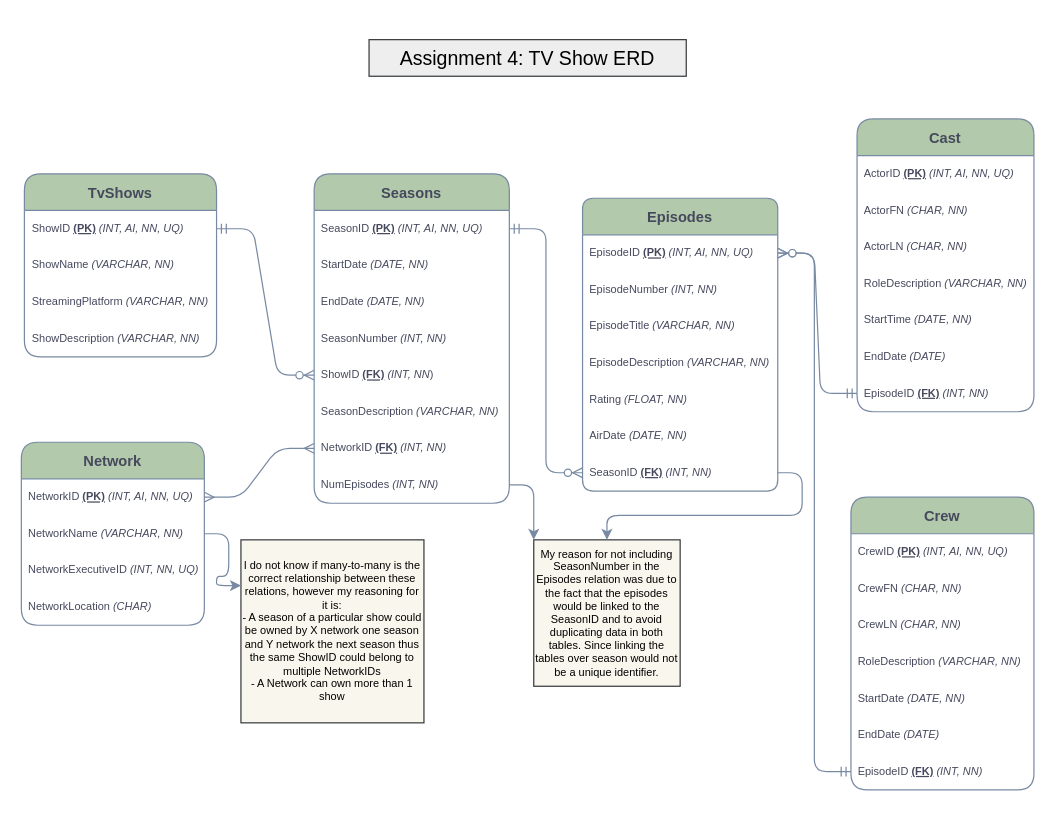
mcbraunie/drawERD keeps this draw.io diagram as Untitled Diagram.drawio. Above is the earlier version. Source tidied: cells renumbered, new cells numbered last; positions are measured from the earlier drawing's top-left corner, leaving out a move shared by most shapes. Both pictures are drawn from the tidied source at 122%, with x=0, y=0 at pixel (21, 39).
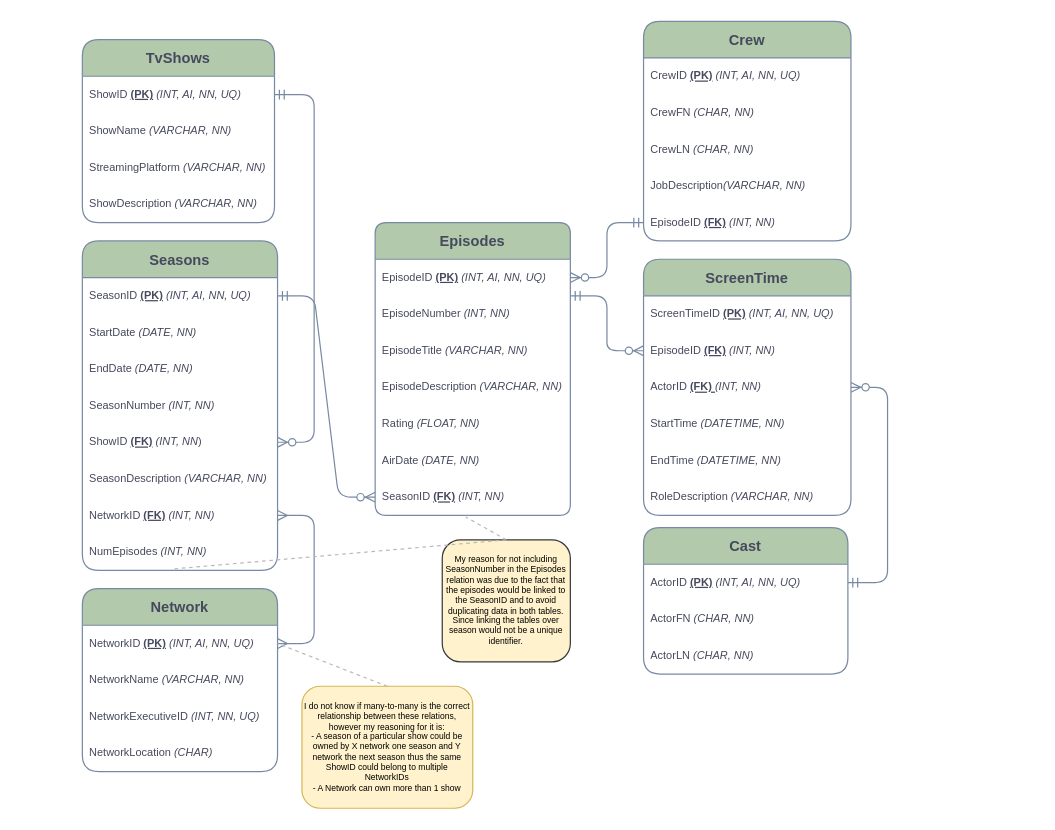
The same page after the edit.

The change refers to these unchanged cells:
```xml
<mxCell id="3" value="ShowID &lt;u style=&quot;font-size: 9px;&quot;&gt;&lt;b style=&quot;font-size: 9px;&quot;&gt;(PK)&lt;/b&gt;&lt;/u&gt; &lt;i style=&quot;font-size: 9px;&quot;&gt;(INT, AI, NN, UQ)&lt;/i&gt; &amp;nbsp;&amp;nbsp; " style="text;strokeColor=none;fillColor=none;align=left;verticalAlign=middle;spacingLeft=4;spacingRight=4;overflow=hidden;points=[[0,0.5],[1,0.5]];portConstraint=eastwest;rounded=1;fontColor=#46495D;fontSize=9;html=1;" parent="2" vertex="1">
  <mxGeometry y="30" width="157.5" height="30" as="geometry" />
</mxCell>
<mxCell id="17" value="ShowID &lt;b style=&quot;font-size: 9px;&quot;&gt;&lt;u style=&quot;font-size: 9px;&quot;&gt;(FK)&lt;/u&gt; &lt;/b&gt;&lt;i style=&quot;font-size: 9px;&quot;&gt;(INT, NN&lt;/i&gt;)&lt;b style=&quot;font-size: 9px;&quot;&gt;&lt;br style=&quot;font-size: 9px;&quot;&gt;&lt;/b&gt;" style="text;strokeColor=none;fillColor=none;align=left;verticalAlign=middle;spacingLeft=4;spacingRight=4;overflow=hidden;points=[[0,0.5],[1,0.5]];portConstraint=eastwest;rounded=1;fontColor=#46495D;fontSize=9;html=1;" parent="12" vertex="1">
  <mxGeometry y="150" width="160" height="30" as="geometry" />
</mxCell>
<mxCell id="20" value="NumEpisodes &lt;i&gt;(INT, NN)&lt;/i&gt;" style="text;strokeColor=none;fillColor=none;align=left;verticalAlign=middle;spacingLeft=4;spacingRight=4;overflow=hidden;points=[[0,0.5],[1,0.5]];portConstraint=eastwest;rounded=1;fontColor=#46495D;fontSize=9;html=1;" parent="12" vertex="1">
  <mxGeometry y="240" width="160" height="30" as="geometry" />
</mxCell>
<mxCell id="22" value="EpisodeID &lt;u style=&quot;font-size: 9px;&quot;&gt;&lt;b style=&quot;font-size: 9px;&quot;&gt;(PK)&lt;/b&gt;&lt;/u&gt;&lt;i style=&quot;font-size: 9px;&quot;&gt; (INT, AI, NN, UQ)&lt;/i&gt;" style="text;strokeColor=none;fillColor=none;align=left;verticalAlign=middle;spacingLeft=4;spacingRight=4;overflow=hidden;points=[[0,0.5],[1,0.5]];portConstraint=eastwest;rounded=1;fontColor=#46495D;fontSize=9;html=1;" parent="21" vertex="1">
  <mxGeometry y="30" width="160" height="30" as="geometry" />
</mxCell>
<mxCell id="28" value="SeasonID &lt;u style=&quot;font-size: 9px;&quot;&gt;&lt;b style=&quot;font-size: 9px;&quot;&gt;(FK)&lt;/b&gt;&lt;/u&gt; &lt;i style=&quot;font-size: 9px;&quot;&gt;(INT, NN)&lt;/i&gt;" style="text;strokeColor=none;fillColor=none;align=left;verticalAlign=middle;spacingLeft=4;spacingRight=4;overflow=hidden;points=[[0,0.5],[1,0.5]];portConstraint=eastwest;rounded=1;fontColor=#46495D;fontSize=9;html=1;" parent="21" vertex="1">
  <mxGeometry y="210" width="160" height="30" as="geometry" />
</mxCell>
```

The edit, as a diff of the source:
```diff
@@
+    <mxCell id="56" style="endArrow=none;dashed=1;html=1;rounded=0;fontSize=8;exitX=0.5;exitY=0;exitDx=0;exitDy=0;entryX=0.464;entryY=1.041;entryDx=0;entryDy=0;strokeColor=#BABABA;entryPerimeter=0;" parent="1" edge="1" source="51" target="28">
+      <mxGeometry relative="1" as="geometry" />
+    </mxCell>
     <mxCell id="2" value="TvShows" style="swimlane;fontStyle=1;horizontal=1;startSize=30;rounded=1;fillColor=#B2C9AB;strokeColor=#788AA3;fontColor=#46495D;fontSize=12;" parent="1" vertex="1">
-      <mxGeometry x="2.5" y="110" width="157.5" height="150" as="geometry" />
+      <mxGeometry x="50" width="157.5" height="150" as="geometry" />
     </mxCell>
@@
     <mxCell id="7" value="Network" style="swimlane;fontStyle=1;horizontal=1;startSize=30;rounded=1;fillColor=#B2C9AB;strokeColor=#788AA3;fontColor=#46495D;fontSize=12;" parent="1" vertex="1">
-      <mxGeometry y="330" width="150" height="150" as="geometry" />
+      <mxGeometry x="50" y="450" width="160" height="150" as="geometry" />
     </mxCell>
     <mxCell id="8" value="NetworkID &lt;u style=&quot;font-size: 9px;&quot;&gt;&lt;b style=&quot;font-size: 9px;&quot;&gt;(PK)&lt;/b&gt;&lt;/u&gt; &lt;i style=&quot;font-size: 9px;&quot;&gt;(INT, AI, NN, UQ)&lt;/i&gt;" style="text;strokeColor=none;fillColor=none;align=left;verticalAlign=middle;spacingLeft=4;spacingRight=4;overflow=hidden;points=[[0,0.5],[1,0.5]];portConstraint=eastwest;rounded=1;fontColor=#46495D;fontSize=9;html=1;" parent="7" vertex="1">
-      <mxGeometry y="30" width="150" height="30" as="geometry" />
+      <mxGeometry y="30" width="160" height="30" as="geometry" />
     </mxCell>
     <mxCell id="9" value="NetworkName &lt;i style=&quot;font-size: 9px;&quot;&gt;(VARCHAR, NN)&lt;/i&gt;" style="text;strokeColor=none;fillColor=none;align=left;verticalAlign=middle;spacingLeft=4;spacingRight=4;overflow=hidden;points=[[0,0.5],[1,0.5]];portConstraint=eastwest;rounded=1;fontColor=#46495D;fontSize=9;html=1;" parent="7" vertex="1">
-      <mxGeometry y="60" width="150" height="30" as="geometry" />
+      <mxGeometry y="60" width="160" height="30" as="geometry" />
     </mxCell>
     <mxCell id="10" value="NetworkExecutiveID &lt;i style=&quot;font-size: 9px;&quot;&gt;(INT, NN, UQ)&lt;/i&gt; &amp;nbsp;&amp;nbsp; " style="text;strokeColor=none;fillColor=none;align=left;verticalAlign=middle;spacingLeft=4;spacingRight=4;overflow=hidden;rounded=1;fontColor=#46495D;fontSize=9;html=1;" parent="7" vertex="1">
-      <mxGeometry y="90" width="150" height="30" as="geometry" />
+      <mxGeometry y="90" width="160" height="30" as="geometry" />
     </mxCell>
     <mxCell id="11" value="NetworkLocation &lt;i style=&quot;font-size: 9px;&quot;&gt;(CHAR)&lt;/i&gt;" style="text;strokeColor=none;fillColor=none;align=left;verticalAlign=middle;spacingLeft=4;spacingRight=4;overflow=hidden;rounded=1;fontColor=#46495D;fontSize=9;html=1;" parent="7" vertex="1">
-      <mxGeometry y="120" width="150" height="30" as="geometry" />
+      <mxGeometry y="120" width="160" height="30" as="geometry" />
     </mxCell>
     <mxCell id="12" value="Seasons" style="swimlane;fontStyle=1;horizontal=1;startSize=30;rounded=1;fillColor=#B2C9AB;strokeColor=#788AA3;fontColor=#46495D;fontSize=12;" parent="1" vertex="1">
-      <mxGeometry x="240" y="110" width="160" height="270" as="geometry" />
+      <mxGeometry x="50" y="165" width="160" height="270" as="geometry" />
     </mxCell>
@@
     <mxCell id="21" value="Episodes" style="swimlane;fontStyle=1;horizontal=1;startSize=30;rounded=1;fillColor=#B2C9AB;strokeColor=#788AA3;fontColor=#46495D;arcSize=10;fontSize=12;" parent="1" vertex="1">
-      <mxGeometry x="460" y="130" width="160" height="240" as="geometry" />
+      <mxGeometry x="290" y="150" width="160" height="240" as="geometry" />
     </mxCell>
@@
     <mxCell id="29" value="Cast" style="swimlane;fontStyle=1;horizontal=1;startSize=30;align=center;rounded=1;fillColor=#B2C9AB;strokeColor=#788AA3;fontColor=#46495D;fontSize=12;" parent="1" vertex="1">
-      <mxGeometry x="685" y="65" width="145" height="240" as="geometry" />
+      <mxGeometry x="510" y="400" width="167.5" height="120" as="geometry" />
     </mxCell>
     <mxCell id="30" value="ActorID &lt;u&gt;&lt;b&gt;(PK)&lt;/b&gt;&lt;/u&gt; &lt;i&gt;(INT, AI, NN, UQ)&lt;/i&gt;" style="text;strokeColor=none;fillColor=none;align=left;verticalAlign=middle;spacingLeft=4;spacingRight=4;overflow=hidden;points=[[0,0.5],[1,0.5]];portConstraint=eastwest;rounded=1;fontColor=#46495D;fontSize=9;html=1;" parent="29" vertex="1">
-      <mxGeometry y="30" width="145" height="30" as="geometry" />
+      <mxGeometry y="30" width="167.5" height="30" as="geometry" />
     </mxCell>
     <mxCell id="31" value="ActorFN &lt;i&gt;(CHAR, NN)&lt;/i&gt;" style="text;strokeColor=none;fillColor=none;align=left;verticalAlign=middle;spacingLeft=4;spacingRight=4;overflow=hidden;rounded=1;fontColor=#46495D;fontSize=9;html=1;" parent="29" vertex="1">
-      <mxGeometry y="60" width="145" height="30" as="geometry" />
+      <mxGeometry y="60" width="167.5" height="30" as="geometry" />
     </mxCell>
     <mxCell id="32" value="ActorLN &lt;i&gt;(CHAR, NN)&lt;/i&gt;" style="text;strokeColor=none;fillColor=none;align=left;verticalAlign=middle;spacingLeft=4;spacingRight=4;overflow=hidden;rounded=1;fontColor=#46495D;fontSize=9;html=1;" parent="29" vertex="1">
-      <mxGeometry y="90" width="145" height="30" as="geometry" />
+      <mxGeometry y="90" width="167.5" height="30" as="geometry" />
     </mxCell>
-    <mxCell id="33" value="RoleDescription &lt;i&gt;(VARCHAR, NN)&lt;/i&gt;" style="text;strokeColor=none;fillColor=none;align=left;verticalAlign=middle;spacingLeft=4;spacingRight=4;overflow=hidden;rounded=1;fontColor=#46495D;fontSize=9;html=1;" parent="29" vertex="1">
-      <mxGeometry y="120" width="145" height="30" as="geometry" />
-    </mxCell>
-    <mxCell id="34" value="StartTime &lt;i&gt;(DATE, NN)&lt;/i&gt;" style="text;strokeColor=none;fillColor=none;align=left;verticalAlign=middle;spacingLeft=4;spacingRight=4;overflow=hidden;rounded=1;fontColor=#46495D;fontSize=9;html=1;" parent="29" vertex="1">
-      <mxGeometry y="150" width="145" height="30" as="geometry" />
-    </mxCell>
-    <mxCell id="35" value="EndDate &lt;i&gt;(DATE)&lt;/i&gt;" style="text;strokeColor=none;fillColor=none;align=left;verticalAlign=middle;spacingLeft=4;spacingRight=4;overflow=hidden;rounded=1;fontColor=#46495D;fontSize=9;html=1;" parent="29" vertex="1">
-      <mxGeometry y="180" width="145" height="30" as="geometry" />
-    </mxCell>
-    <mxCell id="36" value="EpisodeID &lt;u&gt;&lt;b&gt;(FK)&lt;/b&gt;&lt;/u&gt; &lt;i&gt;(INT, NN)&lt;/i&gt;" style="text;strokeColor=none;fillColor=none;align=left;verticalAlign=middle;spacingLeft=4;spacingRight=4;overflow=hidden;points=[[0,0.5],[1,0.5]];portConstraint=eastwest;rounded=1;fontColor=#46495D;fontSize=9;html=1;" parent="29" vertex="1">
-      <mxGeometry y="210" width="145" height="30" as="geometry" />
-    </mxCell>
     <mxCell id="37" value="Crew" style="swimlane;fontStyle=1;horizontal=1;startSize=30;align=center;rounded=1;fillColor=#B2C9AB;strokeColor=#788AA3;fontColor=#46495D;fontSize=12;" parent="1" vertex="1">
-      <mxGeometry x="680" y="375" width="150" height="240" as="geometry" />
+      <mxGeometry x="510" y="-15" width="170" height="180" as="geometry" />
     </mxCell>
     <mxCell id="38" value="CrewID &lt;u&gt;&lt;b&gt;(PK)&lt;/b&gt;&lt;/u&gt; &lt;i&gt;(INT, AI, NN, UQ)&lt;/i&gt;" style="text;strokeColor=none;fillColor=none;align=left;verticalAlign=middle;spacingLeft=4;spacingRight=4;overflow=hidden;rounded=1;fontColor=#46495D;fontSize=9;html=1;" parent="37" vertex="1">
-      <mxGeometry y="30" width="150" height="30" as="geometry" />
+      <mxGeometry y="30" width="170" height="30" as="geometry" />
     </mxCell>
     <mxCell id="39" value="CrewFN &lt;i&gt;(CHAR, NN)&lt;/i&gt;" style="text;strokeColor=none;fillColor=none;align=left;verticalAlign=middle;spacingLeft=4;spacingRight=4;overflow=hidden;rounded=1;fontColor=#46495D;fontSize=9;html=1;" parent="37" vertex="1">
-      <mxGeometry y="60" width="150" height="30" as="geometry" />
+      <mxGeometry y="60" width="170" height="30" as="geometry" />
     </mxCell>
     <mxCell id="40" value="CrewLN &lt;i&gt;(CHAR, NN)&lt;/i&gt;" style="text;strokeColor=none;fillColor=none;align=left;verticalAlign=middle;spacingLeft=4;spacingRight=4;overflow=hidden;rounded=1;fontColor=#46495D;fontSize=9;html=1;" parent="37" vertex="1">
-      <mxGeometry y="90" width="150" height="30" as="geometry" />
+      <mxGeometry y="90" width="170" height="30" as="geometry" />
     </mxCell>
-    <mxCell id="41" value="RoleDescription &lt;i&gt;(VARCHAR, NN)&lt;/i&gt;" style="text;strokeColor=none;fillColor=none;align=left;verticalAlign=middle;spacingLeft=4;spacingRight=4;overflow=hidden;rounded=1;fontColor=#46495D;fontSize=9;html=1;" parent="37" vertex="1">
-      <mxGeometry y="120" width="150" height="30" as="geometry" />
+    <mxCell id="41" value="JobDescription&lt;i&gt;(VARCHAR, NN)&lt;/i&gt;" style="text;strokeColor=none;fillColor=none;align=left;verticalAlign=middle;spacingLeft=4;spacingRight=4;overflow=hidden;rounded=1;fontColor=#46495D;fontSize=9;html=1;" parent="37" vertex="1">
+      <mxGeometry y="120" width="170" height="30" as="geometry" />
     </mxCell>
-    <mxCell id="42" value="StartDate &lt;i&gt;(DATE, NN)&lt;/i&gt;" style="text;strokeColor=none;fillColor=none;align=left;verticalAlign=middle;spacingLeft=4;spacingRight=4;overflow=hidden;rounded=1;fontColor=#46495D;fontSize=9;html=1;" parent="37" vertex="1">
-      <mxGeometry y="150" width="150" height="30" as="geometry" />
-    </mxCell>
-    <mxCell id="43" value="EndDate &lt;i&gt;(DATE)&lt;/i&gt;" style="text;strokeColor=none;fillColor=none;align=left;verticalAlign=middle;spacingLeft=4;spacingRight=4;overflow=hidden;rounded=1;fontColor=#46495D;fontSize=9;html=1;" parent="37" vertex="1">
-      <mxGeometry y="180" width="150" height="30" as="geometry" />
-    </mxCell>
     <mxCell id="44" value="EpisodeID &lt;u&gt;&lt;b&gt;(FK)&lt;/b&gt;&lt;/u&gt; &lt;i&gt;(INT, NN)&lt;/i&gt;" style="text;strokeColor=none;fillColor=none;align=left;verticalAlign=middle;spacingLeft=4;spacingRight=4;overflow=hidden;points=[[0,0.5],[1,0.5]];portConstraint=eastwest;rounded=1;fontColor=#46495D;fontSize=9;html=1;" parent="37" vertex="1">
-      <mxGeometry y="210" width="150" height="30" as="geometry" />
+      <mxGeometry y="150" width="170" height="30" as="geometry" />
     </mxCell>
-    <mxCell id="45" style="edgeStyle=entityRelationEdgeStyle;fontSize=12;html=1;endArrow=ERzeroToMany;startArrow=ERmandOne;rounded=1;entryX=0;entryY=0.5;entryDx=0;entryDy=0;exitX=1;exitY=0.5;exitDx=0;exitDy=0;strokeColor=#788AA3;fontColor=#46495D;" parent="1" edge="1" source="3" target="17">
+    <mxCell id="45" style="edgeStyle=entityRelationEdgeStyle;fontSize=12;html=1;endArrow=ERzeroToMany;startArrow=ERmandOne;rounded=1;exitX=1;exitY=0.5;exitDx=0;exitDy=0;strokeColor=#788AA3;fontColor=#46495D;" parent="1" edge="1" source="3" target="17">
       <mxGeometry relative="1" as="geometry" />
     </mxCell>
-    <mxCell id="46" style="edgeStyle=entityRelationEdgeStyle;fontSize=12;html=1;endArrow=ERzeroToMany;startArrow=ERmandOne;rounded=1;sketch=0;fontColor=#46495D;strokeColor=#788AA3;curved=0;exitX=0;exitY=0.5;exitDx=0;exitDy=0;entryX=1;entryY=0.5;entryDx=0;entryDy=0;" parent="1" edge="1" source="36" target="22">
-      <mxGeometry relative="1" as="geometry" />
-    </mxCell>
@@
-    <mxCell id="49" value="Assignment 4: TV Show ERD " style="text;html=1;strokeColor=#36393d;fillColor=#eeeeee;align=center;verticalAlign=middle;whiteSpace=wrap;rounded=0;sketch=0;fontSize=16;perimeterSpacing=4;" parent="1" vertex="1">
-      <mxGeometry x="285" width="260" height="30" as="geometry" />
-    </mxCell>
-    <mxCell id="50" value="&lt;div&gt;I do not know if many-to-many is the correct relationship between these relations, however my reasoning for it is: &lt;br&gt;&lt;/div&gt;&lt;div&gt;- A season of a particular show could be owned by X network one season and Y network the next season thus the same ShowID could belong to multiple NetworkIDs&lt;/div&gt;&lt;div&gt;- A Network can own more than 1 show&lt;br&gt; &lt;/div&gt;" style="text;html=1;strokeColor=#36393d;fillColor=#f9f7ed;align=center;verticalAlign=middle;whiteSpace=wrap;rounded=0;sketch=0;fontSize=9;" parent="1" vertex="1">
-      <mxGeometry x="180" y="410" width="150" height="150" as="geometry" />
+    <mxCell id="50" value="&lt;div style=&quot;font-size: 7px;&quot;&gt;I do not know if many-to-many is the correct relationship between these relations, however my reasoning for it is: &lt;br style=&quot;font-size: 7px;&quot;&gt;&lt;/div&gt;&lt;div style=&quot;font-size: 7px;&quot;&gt;- A season of a particular show could be owned by X network one season and Y network the next season thus the same ShowID could belong to multiple NetworkIDs&lt;/div&gt;&lt;div style=&quot;font-size: 7px;&quot;&gt;- A Network can own more than 1 show&lt;br style=&quot;font-size: 7px;&quot;&gt; &lt;/div&gt;" style="text;html=1;strokeColor=#d6b656;fillColor=#fff2cc;align=center;verticalAlign=middle;whiteSpace=wrap;rounded=1;sketch=0;fontSize=7;" parent="1" vertex="1">
+      <mxGeometry x="230" y="530" width="140" height="100" as="geometry" />
     </mxCell>
-    <mxCell id="51" value="My reason for not including SeasonNumber in the Episodes relation was due to the fact that the episodes would be linked to the SeasonID and to avoid duplicating data in both tables. Since linking the tables over season would not be a unique identifier. " style="text;html=1;strokeColor=#36393d;fillColor=#f9f7ed;align=center;verticalAlign=middle;whiteSpace=wrap;rounded=0;sketch=0;fontSize=9;" parent="1" vertex="1">
-      <mxGeometry x="420" y="410" width="120" height="120" as="geometry" />
+    <mxCell id="51" value="My reason for not including SeasonNumber in the Episodes relation was due to the fact that the episodes would be linked to the SeasonID and to avoid duplicating data in both tables. Since linking the tables over season would not be a unique identifier. " style="text;html=1;strokeColor=#36393d;fillColor=#FFF2CC;align=center;verticalAlign=middle;whiteSpace=wrap;rounded=1;sketch=0;fontSize=7;gradientColor=none;" parent="1" vertex="1">
+      <mxGeometry x="345" y="410" width="105" height="100" as="geometry" />
     </mxCell>
-    <mxCell id="52" style="edgeStyle=orthogonalEdgeStyle;curved=0;rounded=1;sketch=0;jettySize=auto;html=1;exitX=1;exitY=0.5;exitDx=0;exitDy=0;entryX=0;entryY=0;entryDx=0;entryDy=0;fontSize=9;fontColor=#46495D;strokeColor=#788AA3;fillColor=#B2C9AB;" parent="1" edge="1" source="20" target="51">
-      <mxGeometry relative="1" as="geometry" />
-    </mxCell>
-    <mxCell id="53" style="edgeStyle=orthogonalEdgeStyle;curved=0;rounded=1;sketch=0;jettySize=auto;html=1;exitX=1;exitY=0.5;exitDx=0;exitDy=0;fontSize=9;fontColor=#46495D;strokeColor=#788AA3;fillColor=#B2C9AB;" parent="1" edge="1" source="28" target="51">
-      <mxGeometry relative="1" as="geometry" />
-    </mxCell>
-    <mxCell id="54" style="edgeStyle=orthogonalEdgeStyle;curved=0;rounded=1;sketch=0;jettySize=auto;html=1;exitX=1;exitY=0.5;exitDx=0;exitDy=0;entryX=0;entryY=0.25;entryDx=0;entryDy=0;fontSize=9;fontColor=#46495D;strokeColor=#788AA3;fillColor=#B2C9AB;" parent="1" edge="1" source="9" target="50">
-      <mxGeometry relative="1" as="geometry" />
-    </mxCell>
@@
+    <mxCell id="57" style="endArrow=none;dashed=1;html=1;rounded=0;fontSize=8;exitX=0.5;exitY=0;exitDx=0;exitDy=0;entryX=1;entryY=0.5;entryDx=0;entryDy=0;strokeColor=#BABABA;" parent="1" edge="1" source="50" target="8">
+      <mxGeometry relative="1" as="geometry" />
+    </mxCell>
+    <mxCell id="58" style="endArrow=none;dashed=1;html=1;rounded=0;fontSize=8;exitX=0.5;exitY=0;exitDx=0;exitDy=0;strokeColor=#BABABA;entryX=0.464;entryY=0.963;entryDx=0;entryDy=0;entryPerimeter=0;" parent="1" edge="1" source="51" target="20">
+      <mxGeometry relative="1" as="geometry" />
+    </mxCell>
+    <mxCell id="59" value="ScreenTime" style="swimlane;fontStyle=1;horizontal=1;startSize=30;rounded=1;fillColor=#B2C9AB;strokeColor=#788AA3;fontColor=#46495D;fontSize=12;" parent="1" vertex="1">
+      <mxGeometry x="510" y="180" width="170" height="210" as="geometry" />
+    </mxCell>
+    <mxCell id="60" value="ScreenTimeID &lt;u&gt;&lt;b&gt;(PK)&lt;/b&gt;&lt;/u&gt; &lt;i&gt;(INT, AI, NN, UQ)&lt;/i&gt;" style="text;strokeColor=none;fillColor=none;align=left;verticalAlign=middle;spacingLeft=4;spacingRight=4;overflow=hidden;rounded=1;fontColor=#46495D;fontSize=9;html=1;" parent="59" vertex="1">
+      <mxGeometry y="30" width="170" height="30" as="geometry" />
+    </mxCell>
+    <mxCell id="36" value="EpisodeID &lt;u&gt;&lt;b&gt;(FK)&lt;/b&gt;&lt;/u&gt; &lt;i&gt;(INT, NN)&lt;/i&gt;" style="text;strokeColor=none;fillColor=none;align=left;verticalAlign=middle;spacingLeft=4;spacingRight=4;overflow=hidden;points=[[0,0.5],[1,0.5]];portConstraint=eastwest;rounded=1;fontColor=#46495D;fontSize=9;html=1;" parent="59" vertex="1">
+      <mxGeometry y="60" width="170" height="30" as="geometry" />
+    </mxCell>
+    <mxCell id="61" value="ActorID &lt;u&gt;&lt;b&gt;(FK) &lt;/b&gt;&lt;/u&gt;&lt;i&gt;(INT, NN)&lt;/i&gt;" style="text;strokeColor=none;fillColor=none;align=left;verticalAlign=middle;spacingLeft=4;spacingRight=4;overflow=hidden;points=[[0,0.5],[1,0.5]];portConstraint=eastwest;rounded=1;fontColor=#46495D;fontSize=9;html=1;" parent="59" vertex="1">
+      <mxGeometry y="90" width="170" height="30" as="geometry" />
+    </mxCell>
+    <mxCell id="62" value="StartTime &lt;i&gt;(DATETIME, NN)&lt;/i&gt;" style="text;strokeColor=none;fillColor=none;align=left;verticalAlign=middle;spacingLeft=4;spacingRight=4;overflow=hidden;rounded=1;fontColor=#46495D;fontSize=9;html=1;" parent="59" vertex="1">
+      <mxGeometry y="120" width="170" height="30" as="geometry" />
+    </mxCell>
+    <mxCell id="63" value="EndTime &lt;i&gt;(DATETIME, NN)&lt;/i&gt;" style="text;strokeColor=none;fillColor=none;align=left;verticalAlign=middle;spacingLeft=4;spacingRight=4;overflow=hidden;rounded=1;fontColor=#46495D;fontSize=9;html=1;" parent="59" vertex="1">
+      <mxGeometry y="150" width="170" height="30" as="geometry" />
+    </mxCell>
+    <mxCell id="33" value="RoleDescription &lt;i&gt;(VARCHAR, NN)&lt;/i&gt;" style="text;strokeColor=none;fillColor=none;align=left;verticalAlign=middle;spacingLeft=4;spacingRight=4;overflow=hidden;rounded=1;fontColor=#46495D;fontSize=9;html=1;" parent="59" vertex="1">
+      <mxGeometry y="180" width="170" height="30" as="geometry" />
+    </mxCell>
+    <mxCell id="64" style="edgeStyle=entityRelationEdgeStyle;fontSize=12;html=1;endArrow=ERzeroToMany;startArrow=ERmandOne;rounded=1;strokeColor=#788AA3;exitX=1;exitY=0.5;exitDx=0;exitDy=0;" parent="1" edge="1" source="30" target="61">
+      <mxGeometry relative="1" as="geometry" />
+    </mxCell>
+    <mxCell id="65" style="edgeStyle=entityRelationEdgeStyle;fontSize=12;html=1;endArrow=ERzeroToMany;startArrow=ERmandOne;rounded=1;strokeColor=#788AA3;entryX=0;entryY=0.5;entryDx=0;entryDy=0;exitX=1;exitY=0.25;exitDx=0;exitDy=0;" parent="1" edge="1" source="21" target="36">
+      <mxGeometry relative="1" as="geometry" />
+    </mxCell>
```
